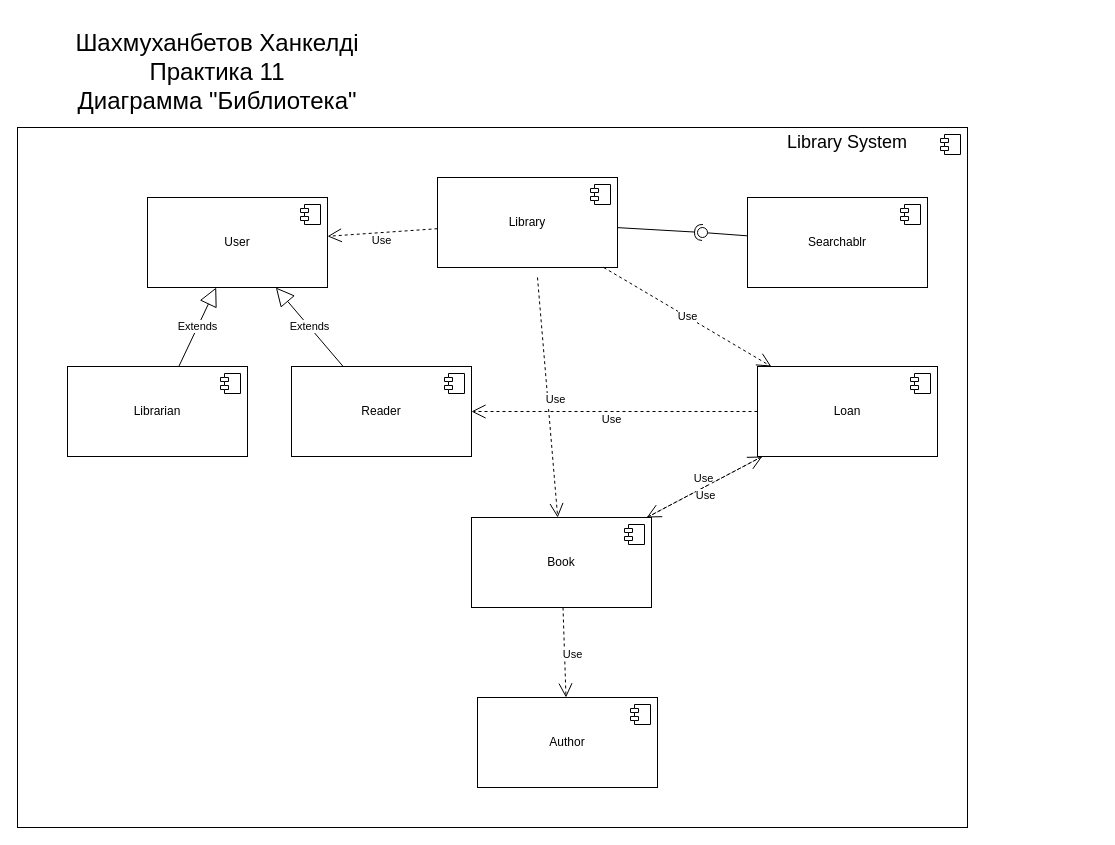
Earlier version of the draw.io diagram Practic11.js/Shakhmukhanbetov_K_Component.drawio (khngldi/Khngldi-Application-design-patterns-Practic). Source tidied: cells renumbered, new cells numbered last; positions are measured from the earlier drawing's top-left corner, leaving out a move shared by most shapes. Both pictures are drawn from the tidied source at 100%, with x=0, y=0 at pixel (17, 17).
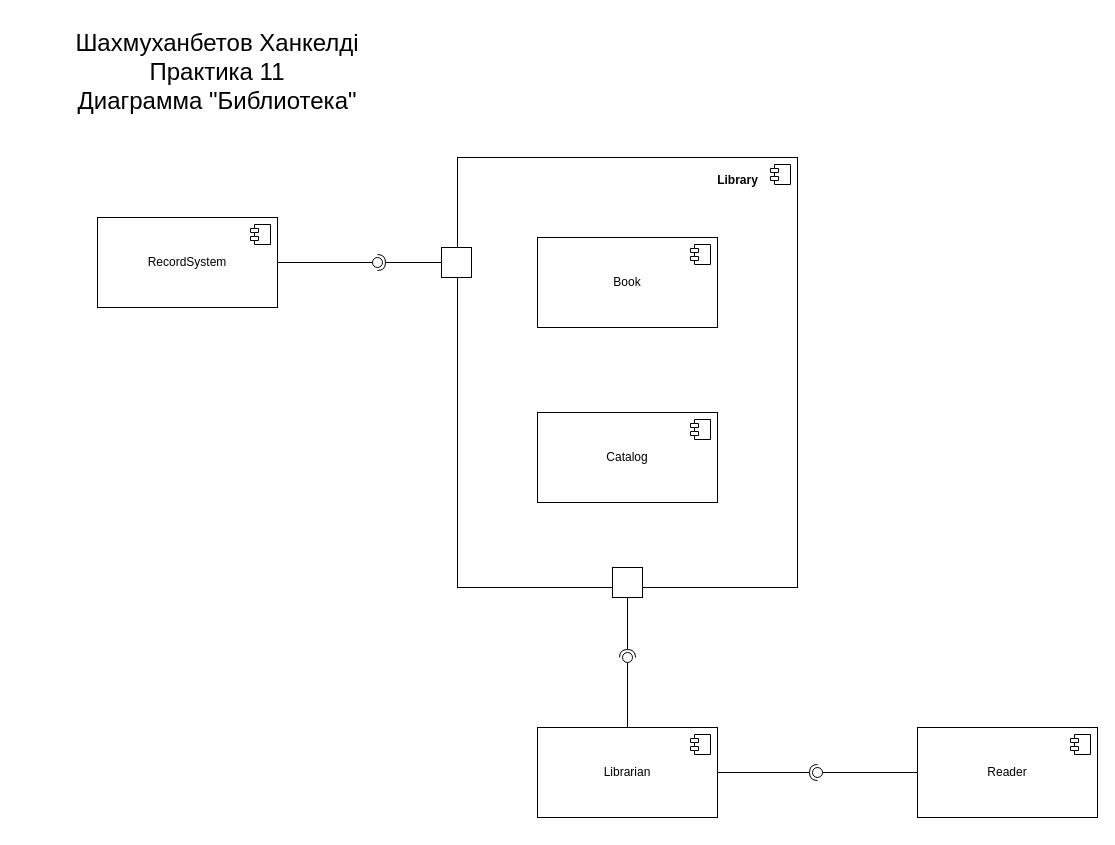
The same diagram, later.

Diff of the diagram source:
```diff
@@
-    <mxCell id="2" style="html=1;whiteSpace=wrap;" parent="1" vertex="1">
-      <mxGeometry y="110" width="950" height="700" as="geometry" />
-    </mxCell>
-    <mxCell id="3" style="shape=module;jettyWidth=8;jettyHeight=4;" parent="2" vertex="1">
-      <mxGeometry x="1" width="20" height="20" relative="1" as="geometry">
-        <mxPoint x="-27" y="7" as="offset" />
-      </mxGeometry>
-    </mxCell>
+    <mxCell id="34" style="html=1;whiteSpace=wrap;" parent="1" vertex="1">
+      <mxGeometry x="440" y="140" width="340" height="430" as="geometry" />
+    </mxCell>
+    <mxCell id="35" style="shape=module;jettyWidth=8;jettyHeight=4;" parent="34" vertex="1">
+      <mxGeometry x="1" width="20" height="20" relative="1" as="geometry">
+        <mxPoint x="-27" y="7" as="offset" />
+      </mxGeometry>
+    </mxCell>
@@
-    <mxCell id="5" value="Library" style="html=1;whiteSpace=wrap;" parent="1" vertex="1">
-      <mxGeometry x="420" y="160" width="180" height="90" as="geometry" />
-    </mxCell>
-    <mxCell id="6" style="shape=module;jettyWidth=8;jettyHeight=4;" parent="5" vertex="1">
-      <mxGeometry x="1" width="20" height="20" relative="1" as="geometry">
-        <mxPoint x="-27" y="7" as="offset" />
-      </mxGeometry>
-    </mxCell>
-    <mxCell id="7" value="Loan" style="html=1;whiteSpace=wrap;" parent="1" vertex="1">
-      <mxGeometry x="740" y="349" width="180" height="90" as="geometry" />
+    <mxCell id="7" value="Catalog" style="html=1;whiteSpace=wrap;" parent="1" vertex="1">
+      <mxGeometry x="520" y="395" width="180" height="90" as="geometry" />
     </mxCell>
@@
-    <mxCell id="9" value="User" style="html=1;whiteSpace=wrap;" parent="1" vertex="1">
-      <mxGeometry x="130" y="180" width="180" height="90" as="geometry" />
+    <mxCell id="9" value="RecordSystem" style="html=1;whiteSpace=wrap;" parent="1" vertex="1">
+      <mxGeometry x="80" y="200" width="180" height="90" as="geometry" />
     </mxCell>
@@
-    <mxCell id="11" value="Searchablr" style="html=1;whiteSpace=wrap;" parent="1" vertex="1">
-      <mxGeometry x="730" y="180" width="180" height="90" as="geometry" />
-    </mxCell>
-    <mxCell id="12" style="shape=module;jettyWidth=8;jettyHeight=4;" parent="11" vertex="1">
-      <mxGeometry x="1" width="20" height="20" relative="1" as="geometry">
-        <mxPoint x="-27" y="7" as="offset" />
-      </mxGeometry>
-    </mxCell>
     <mxCell id="13" value="Reader" style="html=1;whiteSpace=wrap;" parent="1" vertex="1">
-      <mxGeometry x="274" y="349" width="180" height="90" as="geometry" />
+      <mxGeometry x="900" y="710" width="180" height="90" as="geometry" />
     </mxCell>
@@
     <mxCell id="15" value="Book" style="html=1;whiteSpace=wrap;" parent="1" vertex="1">
-      <mxGeometry x="454" y="500" width="180" height="90" as="geometry" />
+      <mxGeometry x="520" y="220" width="180" height="90" as="geometry" />
     </mxCell>
@@
     <mxCell id="17" value="Librarian" style="html=1;whiteSpace=wrap;" parent="1" vertex="1">
-      <mxGeometry x="50" y="349" width="180" height="90" as="geometry" />
+      <mxGeometry x="520" y="710" width="180" height="90" as="geometry" />
     </mxCell>
@@
-    <mxCell id="19" value="Author" style="html=1;whiteSpace=wrap;" parent="1" vertex="1">
-      <mxGeometry x="460" y="680" width="180" height="90" as="geometry" />
-    </mxCell>
-    <mxCell id="20" style="shape=module;jettyWidth=8;jettyHeight=4;" parent="19" vertex="1">
-      <mxGeometry x="1" width="20" height="20" relative="1" as="geometry">
-        <mxPoint x="-27" y="7" as="offset" />
-      </mxGeometry>
-    </mxCell>
-    <mxCell id="21" style="rounded=0;jettySize=auto;html=1;endArrow=halfCircle;endFill=0;endSize=6;strokeWidth=1;sketch=0;" parent="1" edge="1" source="5" target="23">
-      <mxGeometry relative="1" as="geometry" />
-    </mxCell>
-    <mxCell id="22" style="rounded=0;jettySize=auto;html=1;endArrow=oval;endFill=0;sketch=0;sourcePerimeterSpacing=0;targetPerimeterSpacing=0;endSize=10;" parent="1" edge="1" source="11" target="23">
-      <mxGeometry relative="1" as="geometry" />
-    </mxCell>
-    <mxCell id="23" style="ellipse;whiteSpace=wrap;html=1;align=center;fillColor=none;strokeColor=none;perimeter=centerPerimeter;points=[];outlineConnect=1;" parent="1" vertex="1">
-      <mxGeometry x="680" y="210" width="10" height="10" as="geometry" />
-    </mxCell>
-    <mxCell id="24" value="Use" style="endArrow=open;endSize=12;dashed=1;html=1;rounded=0;" parent="1" edge="1" source="5" target="7">
-      <mxGeometry relative="1" as="geometry" />
-    </mxCell>
-    <mxCell id="25" value="Use" style="endArrow=open;endSize=12;dashed=1;html=1;rounded=0;" parent="1" edge="1" source="5" target="9">
-      <mxGeometry x="0.04" y="8" relative="1" as="geometry" />
-    </mxCell>
-    <mxCell id="26" value="Use" style="endArrow=open;endSize=12;dashed=1;html=1;rounded=0;" parent="1" edge="1" target="15">
-      <mxGeometry x="0.02" y="8" relative="1" as="geometry">
-        <mxPoint x="520" y="260" as="sourcePoint" />
-      </mxGeometry>
-    </mxCell>
-    <mxCell id="27" value="Use" style="endArrow=open;endSize=12;dashed=1;html=1;rounded=0;" parent="1" edge="1" source="15" target="19">
-      <mxGeometry x="0.04" y="8" relative="1" as="geometry" />
-    </mxCell>
-    <mxCell id="28" value="Use" style="endArrow=open;endSize=12;dashed=1;html=1;rounded=0;" parent="1" edge="1" source="15" target="7">
-      <mxGeometry x="0.04" y="8" relative="1" as="geometry" />
-    </mxCell>
-    <mxCell id="29" value="Extends" style="endArrow=block;endSize=16;endFill=0;html=1;rounded=0;" parent="1" edge="1" source="17" target="9">
-      <mxGeometry x="0.01" relative="1" as="geometry" />
-    </mxCell>
-    <mxCell id="30" value="Extends" style="endArrow=block;endSize=16;endFill=0;html=1;rounded=0;" parent="1" edge="1" source="13" target="9">
-      <mxGeometry relative="1" as="geometry" />
-    </mxCell>
-    <mxCell id="31" value="Use" style="endArrow=open;endSize=12;dashed=1;html=1;rounded=0;" parent="1" edge="1" source="7" target="15">
-      <mxGeometry x="0.04" y="8" relative="1" as="geometry" />
-    </mxCell>
-    <mxCell id="32" value="Use" style="endArrow=open;endSize=12;dashed=1;html=1;rounded=0;" parent="1" edge="1" source="7" target="13">
-      <mxGeometry x="0.02" y="8" relative="1" as="geometry" />
-    </mxCell>
-    <mxCell id="33" value="&lt;font style=&quot;font-size: 18px;&quot;&gt;Library System&lt;/font&gt;" style="text;html=1;align=center;verticalAlign=middle;whiteSpace=wrap;rounded=0;" parent="1" vertex="1">
-      <mxGeometry x="755" y="110" width="150" height="30" as="geometry" />
-    </mxCell>
+    <mxCell id="5" value="Library" style="text;align=center;fontStyle=1;verticalAlign=middle;spacingLeft=3;spacingRight=3;strokeColor=none;points=[[0,0.5],[1,0.5]];portConstraint=eastwest;html=1;" parent="1" vertex="1">
+      <mxGeometry x="680" y="150" width="80" height="26" as="geometry" />
+    </mxCell>
+    <mxCell id="36" style="rounded=0;whiteSpace=wrap;html=1;" parent="1" vertex="1">
+      <mxGeometry x="595" y="550" width="30" height="30" as="geometry" />
+    </mxCell>
+    <mxCell id="37" style="rounded=0;whiteSpace=wrap;html=1;" parent="1" vertex="1">
+      <mxGeometry x="424" y="230" width="30" height="30" as="geometry" />
+    </mxCell>
+    <mxCell id="38" style="rounded=0;jettySize=auto;html=1;endArrow=halfCircle;endFill=0;endSize=6;strokeWidth=1;sketch=0;" parent="1" edge="1" source="37">
+      <mxGeometry relative="1" as="geometry">
+        <mxPoint x="360" y="245" as="targetPoint" />
+      </mxGeometry>
+    </mxCell>
+    <mxCell id="39" style="rounded=0;jettySize=auto;html=1;endArrow=oval;endFill=0;sketch=0;sourcePerimeterSpacing=0;targetPerimeterSpacing=0;endSize=10;" parent="1" edge="1" source="9">
+      <mxGeometry relative="1" as="geometry">
+        <mxPoint x="360" y="245" as="targetPoint" />
+      </mxGeometry>
+    </mxCell>
+    <mxCell id="40" style="ellipse;whiteSpace=wrap;html=1;align=center;fillColor=none;strokeColor=none;perimeter=centerPerimeter;" parent="1" vertex="1">
+      <mxGeometry x="285" y="485" width="10" height="10" as="geometry" />
+    </mxCell>
+    <mxCell id="41" style="rounded=0;jettySize=auto;html=1;endArrow=halfCircle;endFill=0;endSize=6;strokeWidth=1;sketch=0;" parent="1" edge="1" source="36">
+      <mxGeometry relative="1" as="geometry">
+        <mxPoint x="610" y="640" as="targetPoint" />
+      </mxGeometry>
+    </mxCell>
+    <mxCell id="42" style="rounded=0;jettySize=auto;html=1;endArrow=oval;endFill=0;sketch=0;sourcePerimeterSpacing=0;targetPerimeterSpacing=0;endSize=10;" parent="1" edge="1" source="17">
+      <mxGeometry relative="1" as="geometry">
+        <mxPoint x="610" y="640" as="targetPoint" />
+      </mxGeometry>
+    </mxCell>
+    <mxCell id="43" style="rounded=0;jettySize=auto;html=1;endArrow=halfCircle;endFill=0;endSize=6;strokeWidth=1;sketch=0;" parent="1" edge="1" source="17">
+      <mxGeometry relative="1" as="geometry">
+        <mxPoint x="800" y="755" as="targetPoint" />
+      </mxGeometry>
+    </mxCell>
+    <mxCell id="44" style="rounded=0;jettySize=auto;html=1;endArrow=oval;endFill=0;sketch=0;sourcePerimeterSpacing=0;targetPerimeterSpacing=0;endSize=10;" parent="1" edge="1" source="13">
+      <mxGeometry relative="1" as="geometry">
+        <mxPoint x="800" y="755" as="targetPoint" />
+      </mxGeometry>
+    </mxCell>
```
